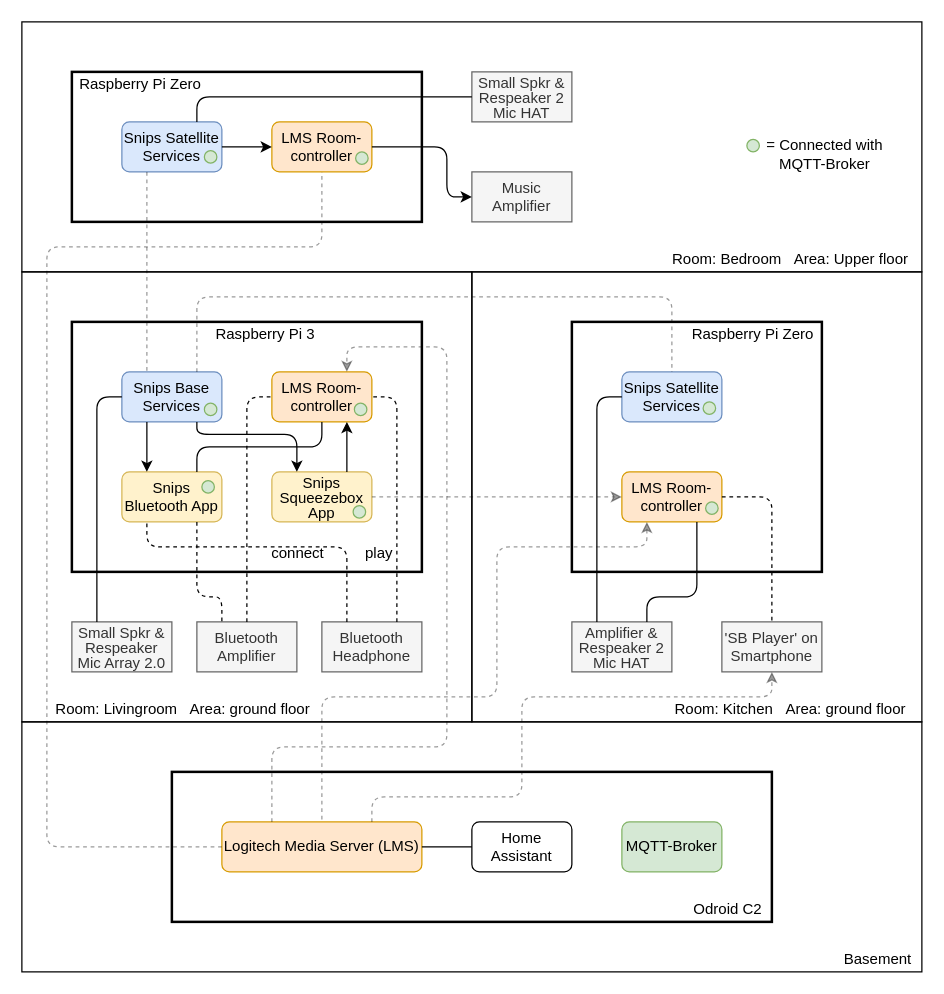
Above: resources/Device Setup.drawio in dominiczedler/Snips-Squeezebox (draw.io), before the change. Source tidied: cells renumbered, new cells numbered last; positions are measured from the earlier drawing's top-left corner, leaving out a move shared by most shapes. Both pictures are drawn from the tidied source at 125%, with x=0, y=0 at pixel (21, 21).
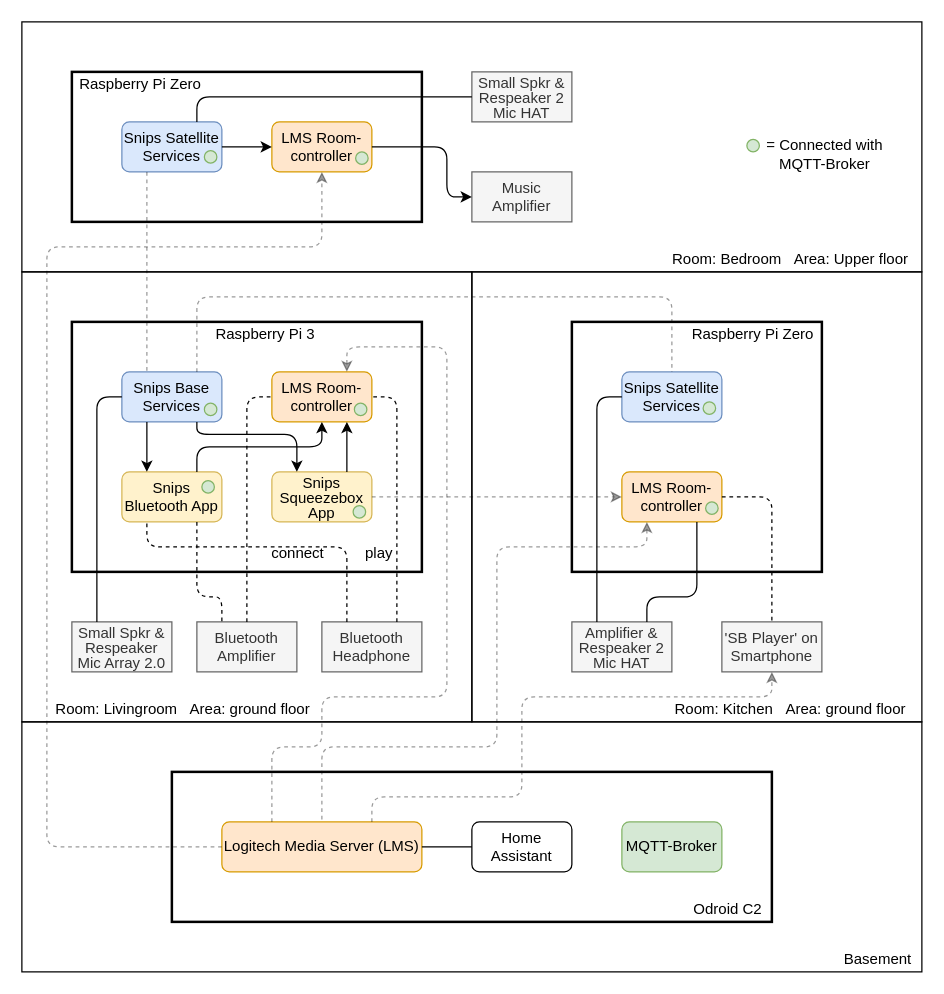
The same diagram, later.

The change refers to these unchanged cells:
```xml
<mxCell id="17" value="Logitech Media Server (LMS)" style="rounded=1;whiteSpace=wrap;html=1;fillColor=#ffe6cc;strokeColor=#d79b00;" parent="1" vertex="1">
  <mxGeometry x="160" y="640" width="160" height="40" as="geometry" />
</mxCell>
<mxCell id="23" value="LMS Room-controller" style="rounded=1;whiteSpace=wrap;html=1;fillColor=#ffe6cc;strokeColor=#d79b00;" parent="1" vertex="1">
  <mxGeometry x="200" y="280" width="80" height="40" as="geometry" />
</mxCell>
<mxCell id="25" value="Snips Bluetooth App" style="rounded=1;whiteSpace=wrap;html=1;fillColor=#fff2cc;strokeColor=#d6b656;" parent="1" vertex="1">
  <mxGeometry x="80" y="360" width="80" height="40" as="geometry" />
</mxCell>
<mxCell id="41" value="LMS Room-controller" style="rounded=1;whiteSpace=wrap;html=1;fillColor=#ffe6cc;strokeColor=#d79b00;" parent="1" vertex="1">
  <mxGeometry x="480" y="360" width="80" height="40" as="geometry" />
</mxCell>
<mxCell id="59" value="LMS Room-controller" style="rounded=1;whiteSpace=wrap;html=1;fillColor=#ffe6cc;strokeColor=#d79b00;" parent="1" vertex="1">
  <mxGeometry x="200" y="80" width="80" height="40" as="geometry" />
</mxCell>
```

What changed in the source:
```diff
@@
-    <mxCell id="33" style="endArrow=none;html=1;exitX=0.5;exitY=1;exitDx=0;exitDy=0;entryX=0.75;entryY=0;entryDx=0;entryDy=0;endFill=0;" parent="1" edge="1" source="23" target="25">
+    <mxCell id="33" style="endArrow=none;html=1;exitX=0.5;exitY=1;exitDx=0;exitDy=0;entryX=0.75;entryY=0;entryDx=0;entryDy=0;endFill=0;startArrow=classic;startFill=1;" parent="1" edge="1" source="23" target="25">
       <mxGeometry relative="1" as="geometry">
         <Array as="points">
           <mxPoint x="240" y="340" />
           <mxPoint x="180" y="340" />
           <mxPoint x="140" y="340" />
         </Array>
       </mxGeometry>
     </mxCell>
@@
     <mxCell id="36" style="endArrow=classic;dashed=1;html=1;entryX=0.75;entryY=0;entryDx=0;entryDy=0;exitX=0.25;exitY=0;exitDx=0;exitDy=0;opacity=40;endFill=1;" parent="1" edge="1" source="17" target="23">
       <mxGeometry relative="1" as="geometry">
         <Array as="points">
           <mxPoint x="200" y="580" />
-          <mxPoint x="340" y="580" />
+          <mxPoint x="240" y="580" />
+          <mxPoint x="240" y="540" />
+          <mxPoint x="340" y="540" />
           <mxPoint x="340" y="260" />
           <mxPoint x="260" y="260" />
         </Array>
       </mxGeometry>
     </mxCell>
@@
     <mxCell id="49" style="endArrow=none;dashed=1;html=1;exitX=0.25;exitY=1;exitDx=0;exitDy=0;entryX=0.5;entryY=0;entryDx=0;entryDy=0;opacity=40;endFill=0;startArrow=classic;startFill=1;" parent="1" edge="1" source="41" target="17">
       <mxGeometry relative="1" as="geometry">
         <Array as="points">
           <mxPoint x="500" y="420" />
           <mxPoint x="380" y="420" />
           <mxPoint x="380" y="540" />
-          <mxPoint x="240" y="540" />
+          <mxPoint x="380" y="580" />
+          <mxPoint x="240" y="580" />
         </Array>
       </mxGeometry>
     </mxCell>
@@
-    <mxCell id="62" style="endArrow=none;dashed=1;html=1;opacity=40;entryX=0.5;entryY=1;entryDx=0;entryDy=0;exitX=0;exitY=0.5;exitDx=0;exitDy=0;" parent="1" edge="1" source="17" target="59">
+    <mxCell id="62" style="endArrow=classic;dashed=1;html=1;opacity=40;entryX=0.5;entryY=1;entryDx=0;entryDy=0;exitX=0;exitY=0.5;exitDx=0;exitDy=0;endFill=1;" parent="1" edge="1" source="17" target="59">
       <mxGeometry relative="1" as="geometry">
         <Array as="points">
           <mxPoint x="20" y="660" />
           <mxPoint x="20" y="180" />
           <mxPoint x="240" y="180" />
         </Array>
       </mxGeometry>
     </mxCell>
```
